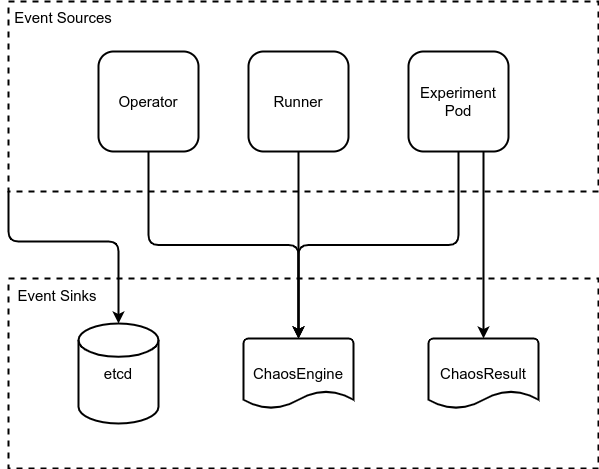
litmuschaos/litmus-docs keeps this draw.io diagram as website/versioned_docs/version-2.1.0/assets/chaos-observability-flow-events.png. Above is the earlier version. Source tidied: cells renumbered, new cells last; positions are measured from the earlier drawing's top-left corner, leaving out a move shared by most shapes.
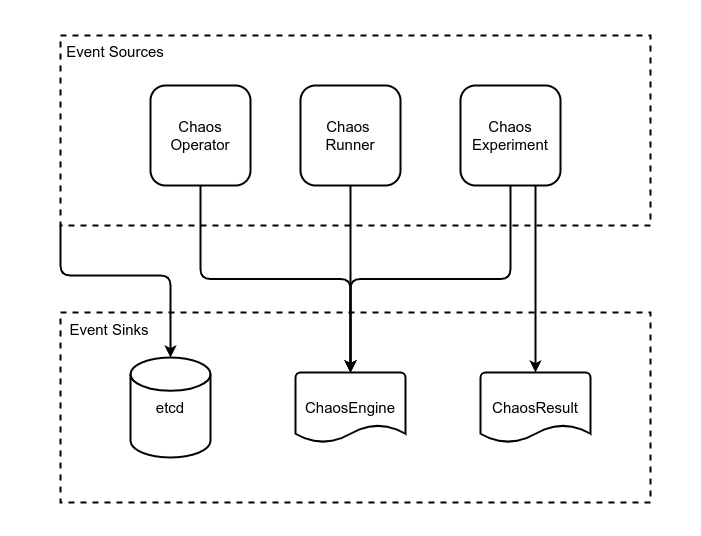
Above is the later version.

What changed in the source:
```diff
@@ -2,6 +2,9 @@
   <root>
     <mxCell id="0" />
     <mxCell id="1" parent="0" />
+    <mxCell id="17" style="rounded=0;whiteSpace=wrap;html=1;strokeColor=none;" parent="1" vertex="1">
+      <mxGeometry x="-60" y="-35" width="700" height="535" as="geometry" />
+    </mxCell>
     <mxCell id="2" style="rounded=0;whiteSpace=wrap;html=1;dashed=1;fontSize=15;fillColor=none;strokeWidth=2;" parent="1" vertex="1">
       <mxGeometry y="277" width="590" height="190" as="geometry" />
     </mxCell>
@@ -19,13 +22,13 @@
     <mxCell id="5" style="edgeStyle=orthogonalEdgeStyle;rounded=1;jettySize=auto;html=1;exitX=0.5;exitY=1;exitDx=0;exitDy=0;entryX=0.5;entryY=0;entryDx=0;entryDy=0;entryPerimeter=0;fontSize=15;strokeWidth=2;" parent="1" edge="1" source="6" target="15">
       <mxGeometry relative="1" as="geometry" />
     </mxCell>
-    <mxCell id="6" value="Operator" style="whiteSpace=wrap;html=1;fontSize=15;strokeWidth=2;rounded=1;" parent="1" vertex="1">
+    <mxCell id="6" value="Chaos Operator" style="whiteSpace=wrap;html=1;fontSize=15;strokeWidth=2;rounded=1;" parent="1" vertex="1">
       <mxGeometry x="90" y="50" width="100" height="100" as="geometry" />
     </mxCell>
     <mxCell id="7" style="edgeStyle=orthogonalEdgeStyle;rounded=1;jettySize=auto;html=1;exitX=0.5;exitY=1;exitDx=0;exitDy=0;entryX=0.5;entryY=0;entryDx=0;entryDy=0;entryPerimeter=0;fontSize=15;strokeWidth=2;" parent="1" edge="1" source="8" target="15">
       <mxGeometry relative="1" as="geometry" />
     </mxCell>
-    <mxCell id="8" value="Runner" style="whiteSpace=wrap;html=1;fontSize=15;strokeWidth=2;rounded=1;" parent="1" vertex="1">
+    <mxCell id="8" value="Chaos &lt;br&gt;Runner" style="whiteSpace=wrap;html=1;fontSize=15;strokeWidth=2;rounded=1;" parent="1" vertex="1">
       <mxGeometry x="240" y="50" width="100" height="100" as="geometry" />
     </mxCell>
     <mxCell id="9" style="rounded=0;jettySize=auto;html=1;exitX=0.75;exitY=1;exitDx=0;exitDy=0;entryX=0.5;entryY=0;entryDx=0;entryDy=0;fontSize=15;strokeWidth=2;entryPerimeter=0;" parent="1" edge="1" source="11" target="16">
@@ -34,7 +37,7 @@
     <mxCell id="10" style="edgeStyle=orthogonalEdgeStyle;rounded=1;jettySize=auto;html=1;exitX=0.5;exitY=1;exitDx=0;exitDy=0;entryX=0.5;entryY=0;entryDx=0;entryDy=0;entryPerimeter=0;fontSize=15;strokeWidth=2;" parent="1" edge="1" source="11" target="15">
       <mxGeometry relative="1" as="geometry" />
     </mxCell>
-    <mxCell id="11" value="Experiment Pod" style="whiteSpace=wrap;html=1;fontSize=15;strokeWidth=2;rounded=1;" parent="1" vertex="1">
+    <mxCell id="11" value="Chaos Experiment" style="whiteSpace=wrap;html=1;fontSize=15;strokeWidth=2;rounded=1;" parent="1" vertex="1">
       <mxGeometry x="400" y="50" width="100" height="100" as="geometry" />
     </mxCell>
     <mxCell id="12" value="Event Sources" style="text;html=1;strokeColor=none;fillColor=none;align=center;verticalAlign=middle;whiteSpace=wrap;rounded=0;dashed=1;fontSize=15;strokeWidth=2;" parent="1" vertex="1">
```
